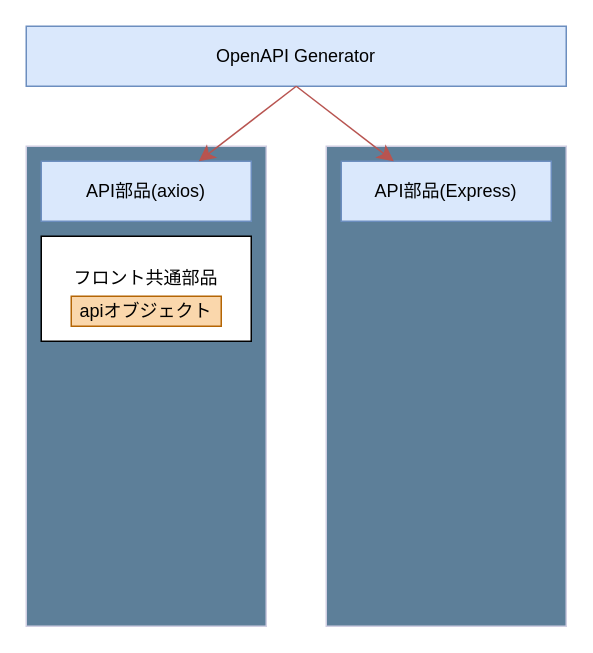
Before: sistem.drawio in Luhito/Ruid.AI, a draw.io diagram. Source tidied: cells renumbered, new cells numbered last; positions are measured from the earlier drawing's top-left corner, leaving out a move shared by most shapes. Both pictures are drawn from the tidied source at 150%, with x=0, y=0 at pixel (26, 26).
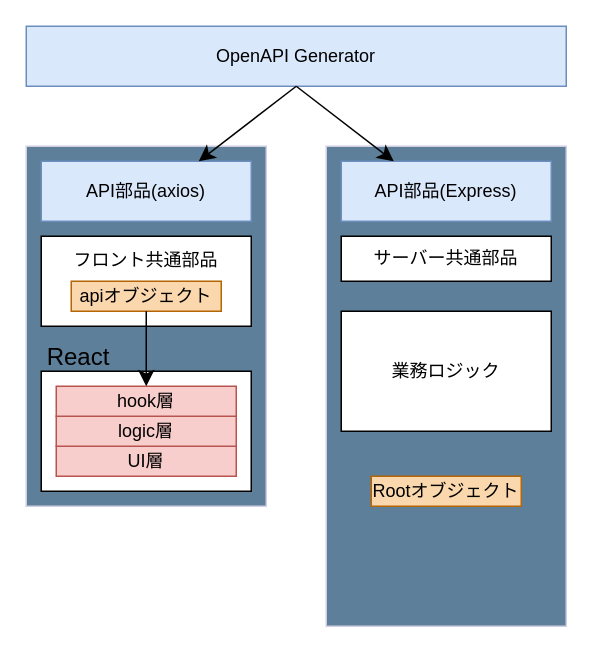
Above is the later version.

Unchanged cells that the change refers to:
```xml
<mxCell id="2" value="OpenAPI Generator" style="whiteSpace=wrap;html=1;labelBackgroundColor=none;fillColor=#dae8fc;strokeColor=#6c8ebf;" parent="1" vertex="1">
  <mxGeometry width="360" height="40" as="geometry" />
</mxCell>
<mxCell id="5" value="API部品(axios)" style="whiteSpace=wrap;html=1;strokeColor=#6c8ebf;fillColor=#dae8fc;" parent="1" vertex="1">
  <mxGeometry x="10" y="90" width="140" height="40" as="geometry" />
</mxCell>
<mxCell id="6" value="API部品(Express)" style="whiteSpace=wrap;html=1;strokeColor=#6c8ebf;fillColor=#dae8fc;" parent="1" vertex="1">
  <mxGeometry x="210" y="90" width="140" height="40" as="geometry" />
</mxCell>
```

The edit, as a diff of the source:
```diff
@@
     <mxCell id="3" style="whiteSpace=wrap;html=1;strokeColor=#D0CEE2;fontColor=#1A1A1A;fillColor=#5D7F99;" parent="1" vertex="1">
-      <mxGeometry y="80" width="160" height="320" as="geometry" />
+      <mxGeometry y="80" width="160" height="240" as="geometry" />
     </mxCell>
@@
-    <mxCell id="7" style="edgeStyle=none;jettySize=auto;html=1;rounded=1;strokeColor=#b85450;fontSize=12;fontColor=#1A1A1A;startSize=8;endSize=8;curved=0;exitX=0.5;exitY=1;exitDx=0;exitDy=0;entryX=0.75;entryY=0;entryDx=0;entryDy=0;fillColor=#f8cecc;" parent="1" edge="1" source="2" target="5">
+    <mxCell id="7" style="edgeStyle=none;jettySize=auto;html=1;rounded=1;fontSize=12;fontColor=#1A1A1A;startSize=8;endSize=8;curved=0;exitX=0.5;exitY=1;exitDx=0;exitDy=0;entryX=0.75;entryY=0;entryDx=0;entryDy=0;" parent="1" edge="1" source="2" target="5">
       <mxGeometry relative="1" as="geometry" />
     </mxCell>
-    <mxCell id="8" style="edgeStyle=none;jettySize=auto;html=1;rounded=1;strokeColor=#b85450;fontSize=12;fontColor=#1A1A1A;startSize=8;endSize=8;curved=0;entryX=0.25;entryY=0;entryDx=0;entryDy=0;fillColor=#f8cecc;" parent="1" edge="1" target="6">
+    <mxCell id="8" style="edgeStyle=none;jettySize=auto;html=1;rounded=1;fontSize=12;fontColor=#1A1A1A;startSize=8;endSize=8;curved=0;entryX=0.25;entryY=0;entryDx=0;entryDy=0;" parent="1" edge="1" target="6">
       <mxGeometry relative="1" as="geometry">
         <mxPoint x="180" y="40" as="sourcePoint" />
       </mxGeometry>
     </mxCell>
-    <mxCell id="9" value="フロント共通部品&lt;div&gt;&lt;br&gt;&lt;/div&gt;" style="whiteSpace=wrap;html=1;" parent="1" vertex="1">
-      <mxGeometry x="10" y="140" width="140" height="70" as="geometry" />
+    <mxCell id="9" value="フロント共通部品&lt;div&gt;&lt;br&gt;&lt;div&gt;&lt;br&gt;&lt;/div&gt;&lt;/div&gt;" style="whiteSpace=wrap;html=1;" parent="1" vertex="1">
+      <mxGeometry x="10" y="140" width="140" height="60" as="geometry" />
     </mxCell>
     <mxCell id="10" value="apiオブジェクト" style="whiteSpace=wrap;html=1;strokeColor=#b46504;fillColor=#fad7ac;" parent="1" vertex="1">
-      <mxGeometry x="30" y="180" width="100" height="20" as="geometry" />
+      <mxGeometry x="30" y="170" width="100" height="20" as="geometry" />
     </mxCell>
+    <mxCell id="11" style="whiteSpace=wrap;html=1;" parent="1" vertex="1">
+      <mxGeometry x="10" y="230" width="140" height="80" as="geometry" />
+    </mxCell>
+    <mxCell id="12" value="React" style="text;html=1;whiteSpace=wrap;strokeColor=none;fillColor=none;align=center;verticalAlign=middle;rounded=0;fontSize=16;" parent="1" vertex="1">
+      <mxGeometry x="10" y="210" width="50" height="20" as="geometry" />
+    </mxCell>
+    <mxCell id="13" value="UI層" style="whiteSpace=wrap;html=1;strokeColor=#b85450;fillColor=#f8cecc;" parent="1" vertex="1">
+      <mxGeometry x="20" y="280" width="120" height="20" as="geometry" />
+    </mxCell>
+    <mxCell id="14" value="logic層" style="whiteSpace=wrap;html=1;strokeColor=#b85450;fillColor=#f8cecc;" parent="1" vertex="1">
+      <mxGeometry x="20" y="260" width="120" height="20" as="geometry" />
+    </mxCell>
+    <mxCell id="15" value="hook層" style="whiteSpace=wrap;html=1;strokeColor=#b85450;fillColor=#f8cecc;" parent="1" vertex="1">
+      <mxGeometry x="20" y="240" width="120" height="20" as="geometry" />
+    </mxCell>
+    <mxCell id="16" style="edgeStyle=none;jettySize=auto;html=1;rounded=0;fontSize=12;startSize=8;endSize=8;curved=1;exitX=0.5;exitY=1;exitDx=0;exitDy=0;entryX=0.5;entryY=0;entryDx=0;entryDy=0;" parent="1" edge="1" source="10" target="15">
+      <mxGeometry relative="1" as="geometry" />
+    </mxCell>
+    <mxCell id="17" value="サーバー共通部品" style="whiteSpace=wrap;html=1;" parent="1" vertex="1">
+      <mxGeometry x="210" y="140" width="140" height="30" as="geometry" />
+    </mxCell>
+    <mxCell id="18" value="業務ロジック" style="whiteSpace=wrap;html=1;" parent="1" vertex="1">
+      <mxGeometry x="210" y="190" width="140" height="80" as="geometry" />
+    </mxCell>
+    <mxCell id="19" value="Rootオブジェクト" style="whiteSpace=wrap;html=1;strokeColor=#b46504;fillColor=#fad7ac;" parent="1" vertex="1">
+      <mxGeometry x="230" y="300" width="100" height="20" as="geometry" />
+    </mxCell>
```
